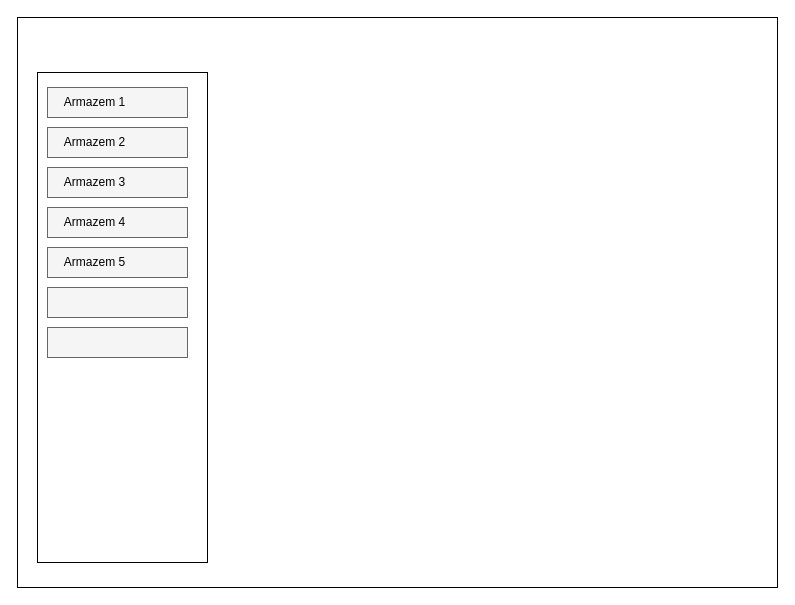
Above: Untitled Diagram.drawio in ertykiko/SADE (draw.io), before the change. Source tidied: cells renumbered, new cells numbered last; positions are measured from the earlier drawing's top-left corner, leaving out a move shared by most shapes. Both pictures are drawn from the tidied source at 100%, with x=0, y=0 at pixel (17, 17).
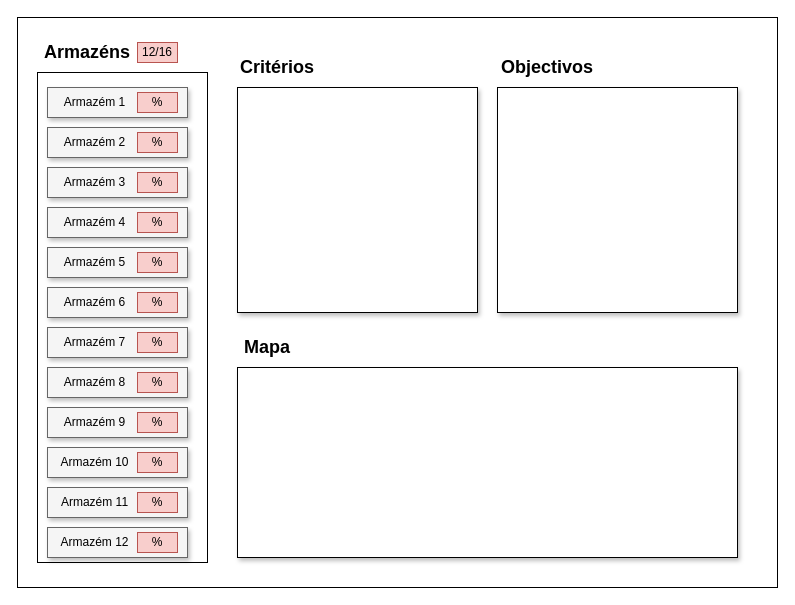
The same page after the edit.

Diff of the diagram source:
```diff
@@
-    <mxCell id="4" style="rounded=0;whiteSpace=wrap;html=1;fillColor=#f5f5f5;strokeColor=#666666;fontColor=#333333;" parent="1" vertex="1">
+    <mxCell id="4" style="rounded=0;whiteSpace=wrap;html=1;fillColor=#f5f5f5;strokeColor=#666666;fontColor=#333333;shadow=1;" parent="1" vertex="1">
       <mxGeometry x="30" y="110" width="140" height="30" as="geometry" />
     </mxCell>
-    <mxCell id="5" style="rounded=0;whiteSpace=wrap;html=1;fillColor=#f5f5f5;strokeColor=#666666;fontColor=#333333;" parent="1" vertex="1">
+    <mxCell id="5" style="rounded=0;whiteSpace=wrap;html=1;fillColor=#f5f5f5;strokeColor=#666666;fontColor=#333333;shadow=1;" parent="1" vertex="1">
       <mxGeometry x="30" y="150" width="140" height="30" as="geometry" />
     </mxCell>
-    <mxCell id="6" style="rounded=0;whiteSpace=wrap;html=1;fillColor=#f5f5f5;strokeColor=#666666;fontColor=#333333;" parent="1" vertex="1">
+    <mxCell id="6" style="rounded=0;whiteSpace=wrap;html=1;fillColor=#f5f5f5;strokeColor=#666666;fontColor=#333333;shadow=1;" parent="1" vertex="1">
       <mxGeometry x="30" y="190" width="140" height="30" as="geometry" />
     </mxCell>
-    <mxCell id="7" style="rounded=0;whiteSpace=wrap;html=1;fillColor=#f5f5f5;strokeColor=#666666;fontColor=#333333;" parent="1" vertex="1">
+    <mxCell id="7" style="rounded=0;whiteSpace=wrap;html=1;fillColor=#f5f5f5;strokeColor=#666666;fontColor=#333333;shadow=1;" parent="1" vertex="1">
       <mxGeometry x="30" y="230" width="140" height="30" as="geometry" />
     </mxCell>
-    <mxCell id="8" style="rounded=0;whiteSpace=wrap;html=1;fillColor=#f5f5f5;strokeColor=#666666;fontColor=#333333;" parent="1" vertex="1">
+    <mxCell id="8" style="rounded=0;whiteSpace=wrap;html=1;fillColor=#f5f5f5;strokeColor=#666666;fontColor=#333333;shadow=1;" parent="1" vertex="1">
       <mxGeometry x="30" y="310" width="140" height="30" as="geometry" />
     </mxCell>
-    <mxCell id="9" style="rounded=0;whiteSpace=wrap;html=1;fillColor=#f5f5f5;strokeColor=#666666;fontColor=#333333;" parent="1" vertex="1">
+    <mxCell id="9" style="rounded=0;whiteSpace=wrap;html=1;fillColor=#f5f5f5;strokeColor=#666666;fontColor=#333333;shadow=1;" parent="1" vertex="1">
       <mxGeometry x="30" y="270" width="140" height="30" as="geometry" />
     </mxCell>
-    <mxCell id="10" style="rounded=0;whiteSpace=wrap;html=1;fillColor=#f5f5f5;strokeColor=#666666;fontColor=#333333;" parent="1" vertex="1">
+    <mxCell id="10" style="rounded=0;whiteSpace=wrap;html=1;fillColor=#f5f5f5;strokeColor=#666666;fontColor=#333333;shadow=1;" parent="1" vertex="1">
       <mxGeometry x="30" y="70" width="140" height="30" as="geometry" />
     </mxCell>
-    <mxCell id="11" value="Armazem 1 " style="text;html=1;strokeColor=none;fillColor=none;align=center;verticalAlign=middle;whiteSpace=wrap;rounded=0;" parent="1" vertex="1">
+    <mxCell id="11" value="Armazém 1 " style="text;html=1;strokeColor=none;fillColor=none;align=center;verticalAlign=middle;whiteSpace=wrap;rounded=0;" parent="1" vertex="1">
       <mxGeometry x="40" y="75" width="75" height="20" as="geometry" />
     </mxCell>
-    <mxCell id="12" value="&lt;div&gt;Armazem 2&lt;/div&gt;" style="text;html=1;strokeColor=none;fillColor=none;align=center;verticalAlign=middle;whiteSpace=wrap;rounded=0;" parent="1" vertex="1">
+    <mxCell id="12" value="&lt;div&gt;Armazém 2&lt;/div&gt;" style="text;html=1;strokeColor=none;fillColor=none;align=center;verticalAlign=middle;whiteSpace=wrap;rounded=0;" parent="1" vertex="1">
       <mxGeometry x="40" y="110" width="75" height="30" as="geometry" />
     </mxCell>
-    <mxCell id="13" value="&lt;div&gt;Armazem 3&lt;br&gt;&lt;/div&gt;" style="text;html=1;strokeColor=none;fillColor=none;align=center;verticalAlign=middle;whiteSpace=wrap;rounded=0;" parent="1" vertex="1">
+    <mxCell id="13" value="&lt;div&gt;Armazém 3&lt;br&gt;&lt;/div&gt;" style="text;html=1;strokeColor=none;fillColor=none;align=center;verticalAlign=middle;whiteSpace=wrap;rounded=0;" parent="1" vertex="1">
       <mxGeometry x="40" y="155" width="75" height="20" as="geometry" />
     </mxCell>
-    <mxCell id="14" value="&lt;div&gt;Armazem 4&lt;br&gt;&lt;/div&gt;" style="text;html=1;strokeColor=none;fillColor=none;align=center;verticalAlign=middle;whiteSpace=wrap;rounded=0;" parent="1" vertex="1">
+    <mxCell id="14" value="&lt;div&gt;Armazém 4&lt;br&gt;&lt;/div&gt;" style="text;html=1;strokeColor=none;fillColor=none;align=center;verticalAlign=middle;whiteSpace=wrap;rounded=0;" parent="1" vertex="1">
       <mxGeometry x="40" y="195" width="75" height="20" as="geometry" />
     </mxCell>
-    <mxCell id="15" value="&lt;div&gt;Armazem 5&lt;/div&gt;" style="text;html=1;strokeColor=none;fillColor=none;align=center;verticalAlign=middle;whiteSpace=wrap;rounded=0;" parent="1" vertex="1">
+    <mxCell id="15" value="&lt;div&gt;Armazém 5&lt;/div&gt;" style="text;html=1;strokeColor=none;fillColor=none;align=center;verticalAlign=middle;whiteSpace=wrap;rounded=0;" parent="1" vertex="1">
       <mxGeometry x="40" y="235" width="75" height="20" as="geometry" />
     </mxCell>
+    <mxCell id="16" value="&lt;div&gt;Armazém 7&lt;br&gt;&lt;/div&gt;" style="text;html=1;strokeColor=none;fillColor=none;align=center;verticalAlign=middle;whiteSpace=wrap;rounded=0;" parent="1" vertex="1">
+      <mxGeometry x="40" y="315" width="75" height="20" as="geometry" />
+    </mxCell>
+    <mxCell id="17" value="&lt;div&gt;Armazém 6&lt;/div&gt;" style="text;html=1;strokeColor=none;fillColor=none;align=center;verticalAlign=middle;whiteSpace=wrap;rounded=0;" parent="1" vertex="1">
+      <mxGeometry x="40" y="275" width="75" height="20" as="geometry" />
+    </mxCell>
+    <mxCell id="18" value="&lt;div align=&quot;left&quot;&gt;&lt;br&gt;&lt;/div&gt;" style="rounded=0;whiteSpace=wrap;html=1;fillColor=#f5f5f5;strokeColor=#666666;fontColor=#333333;shadow=1;" parent="1" vertex="1">
+      <mxGeometry x="30" y="350" width="140" height="30" as="geometry" />
+    </mxCell>
+    <mxCell id="19" style="rounded=0;whiteSpace=wrap;html=1;fillColor=#f5f5f5;strokeColor=#666666;fontColor=#333333;shadow=1;" parent="1" vertex="1">
+      <mxGeometry x="30" y="390" width="140" height="30" as="geometry" />
+    </mxCell>
+    <mxCell id="20" style="rounded=0;whiteSpace=wrap;html=1;fillColor=#f5f5f5;strokeColor=#666666;fontColor=#333333;shadow=1;" parent="1" vertex="1">
+      <mxGeometry x="30" y="430" width="140" height="30" as="geometry" />
+    </mxCell>
+    <mxCell id="21" style="rounded=0;whiteSpace=wrap;html=1;fillColor=#f5f5f5;strokeColor=#666666;fontColor=#333333;shadow=1;" parent="1" vertex="1">
+      <mxGeometry x="30" y="470" width="140" height="30" as="geometry" />
+    </mxCell>
+    <mxCell id="22" value="&lt;div&gt;Armazém 9&lt;br&gt;&lt;/div&gt;" style="text;html=1;strokeColor=none;fillColor=none;align=center;verticalAlign=middle;whiteSpace=wrap;rounded=0;" parent="1" vertex="1">
+      <mxGeometry x="40" y="395" width="75" height="20" as="geometry" />
+    </mxCell>
+    <mxCell id="23" value="&lt;div&gt;Armazém 8&lt;br&gt;&lt;/div&gt;" style="text;html=1;strokeColor=none;fillColor=none;align=center;verticalAlign=middle;whiteSpace=wrap;rounded=0;" parent="1" vertex="1">
+      <mxGeometry x="40" y="355" width="75" height="20" as="geometry" />
+    </mxCell>
+    <mxCell id="24" value="&lt;div&gt;Armazém 10&lt;br&gt;&lt;/div&gt;" style="text;html=1;strokeColor=none;fillColor=none;align=center;verticalAlign=middle;whiteSpace=wrap;rounded=0;" parent="1" vertex="1">
+      <mxGeometry x="40" y="435" width="75" height="20" as="geometry" />
+    </mxCell>
+    <mxCell id="25" value="&lt;div&gt;Armazém 11&lt;br&gt;&lt;/div&gt;" style="text;html=1;strokeColor=none;fillColor=none;align=center;verticalAlign=middle;whiteSpace=wrap;rounded=0;" parent="1" vertex="1">
+      <mxGeometry x="40" y="475" width="75" height="20" as="geometry" />
+    </mxCell>
+    <mxCell id="26" value="%" style="text;html=1;strokeColor=#b85450;fillColor=#f8cecc;align=center;verticalAlign=middle;whiteSpace=wrap;rounded=0;" parent="1" vertex="1">
+      <mxGeometry x="120" y="75" width="40" height="20" as="geometry" />
+    </mxCell>
+    <mxCell id="27" value="%" style="text;html=1;strokeColor=#b85450;fillColor=#f8cecc;align=center;verticalAlign=middle;whiteSpace=wrap;rounded=0;" parent="1" vertex="1">
+      <mxGeometry x="120" y="115" width="40" height="20" as="geometry" />
+    </mxCell>
+    <mxCell id="28" value="%" style="text;html=1;strokeColor=#b85450;fillColor=#f8cecc;align=center;verticalAlign=middle;whiteSpace=wrap;rounded=0;" parent="1" vertex="1">
+      <mxGeometry x="120" y="155" width="40" height="20" as="geometry" />
+    </mxCell>
+    <mxCell id="29" value="%" style="text;html=1;strokeColor=#b85450;fillColor=#f8cecc;align=center;verticalAlign=middle;whiteSpace=wrap;rounded=0;" parent="1" vertex="1">
+      <mxGeometry x="120" y="195" width="40" height="20" as="geometry" />
+    </mxCell>
+    <mxCell id="30" value="%" style="text;html=1;strokeColor=#b85450;fillColor=#f8cecc;align=center;verticalAlign=middle;whiteSpace=wrap;rounded=0;" parent="1" vertex="1">
+      <mxGeometry x="120" y="235" width="40" height="20" as="geometry" />
+    </mxCell>
+    <mxCell id="31" value="%" style="text;html=1;strokeColor=#b85450;fillColor=#f8cecc;align=center;verticalAlign=middle;whiteSpace=wrap;rounded=0;" parent="1" vertex="1">
+      <mxGeometry x="120" y="275" width="40" height="20" as="geometry" />
+    </mxCell>
+    <mxCell id="32" value="%" style="text;html=1;strokeColor=#b85450;fillColor=#f8cecc;align=center;verticalAlign=middle;whiteSpace=wrap;rounded=0;" parent="1" vertex="1">
+      <mxGeometry x="120" y="315" width="40" height="20" as="geometry" />
+    </mxCell>
+    <mxCell id="33" value="%" style="text;html=1;strokeColor=#b85450;fillColor=#f8cecc;align=center;verticalAlign=middle;whiteSpace=wrap;rounded=0;" parent="1" vertex="1">
+      <mxGeometry x="120" y="355" width="40" height="20" as="geometry" />
+    </mxCell>
+    <mxCell id="34" value="%" style="text;html=1;strokeColor=#b85450;fillColor=#f8cecc;align=center;verticalAlign=middle;whiteSpace=wrap;rounded=0;" parent="1" vertex="1">
+      <mxGeometry x="120" y="395" width="40" height="20" as="geometry" />
+    </mxCell>
+    <mxCell id="35" value="%" style="text;html=1;strokeColor=#b85450;fillColor=#f8cecc;align=center;verticalAlign=middle;whiteSpace=wrap;rounded=0;" parent="1" vertex="1">
+      <mxGeometry x="120" y="475" width="40" height="20" as="geometry" />
+    </mxCell>
+    <mxCell id="36" value="%" style="text;html=1;strokeColor=#b85450;fillColor=#f8cecc;align=center;verticalAlign=middle;whiteSpace=wrap;rounded=0;" parent="1" vertex="1">
+      <mxGeometry x="120" y="435" width="40" height="20" as="geometry" />
+    </mxCell>
+    <mxCell id="37" style="rounded=0;whiteSpace=wrap;html=1;fillColor=#f5f5f5;strokeColor=#666666;fontColor=#333333;shadow=1;" parent="1" vertex="1">
+      <mxGeometry x="30" y="510" width="140" height="30" as="geometry" />
+    </mxCell>
+    <mxCell id="38" value="&lt;div&gt;Armazém 12&lt;br&gt;&lt;/div&gt;" style="text;html=1;strokeColor=none;fillColor=none;align=center;verticalAlign=middle;whiteSpace=wrap;rounded=0;" parent="1" vertex="1">
+      <mxGeometry x="40" y="515" width="75" height="20" as="geometry" />
+    </mxCell>
+    <mxCell id="39" value="%" style="text;html=1;strokeColor=#b85450;fillColor=#f8cecc;align=center;verticalAlign=middle;whiteSpace=wrap;rounded=0;" parent="1" vertex="1">
+      <mxGeometry x="120" y="515" width="40" height="20" as="geometry" />
+    </mxCell>
+    <mxCell id="40" value="&lt;b&gt;&lt;font style=&quot;font-size: 18px&quot;&gt;Armazéns &lt;/font&gt;&lt;/b&gt;" style="text;html=1;strokeColor=none;fillColor=none;align=center;verticalAlign=middle;whiteSpace=wrap;rounded=0;" parent="1" vertex="1">
+      <mxGeometry x="30" y="15" width="80" height="40" as="geometry" />
+    </mxCell>
+    <mxCell id="41" value="12/16" style="text;html=1;strokeColor=#b85450;fillColor=#f8cecc;align=center;verticalAlign=middle;whiteSpace=wrap;rounded=0;" parent="1" vertex="1">
+      <mxGeometry x="120" y="25" width="40" height="20" as="geometry" />
+    </mxCell>
+    <mxCell id="42" style="rounded=0;whiteSpace=wrap;html=1;shadow=1;" parent="1" vertex="1">
+      <mxGeometry x="220" y="70" width="240" height="225" as="geometry" />
+    </mxCell>
+    <mxCell id="43" style="rounded=0;whiteSpace=wrap;html=1;shadow=1;" parent="1" vertex="1">
+      <mxGeometry x="480" y="70" width="240" height="225" as="geometry" />
+    </mxCell>
+    <mxCell id="44" value="&lt;font style=&quot;font-size: 18px&quot;&gt;&lt;b&gt;Critérios&lt;/b&gt;&lt;/font&gt;" style="text;html=1;strokeColor=none;fillColor=none;align=center;verticalAlign=middle;whiteSpace=wrap;rounded=0;shadow=1;" parent="1" vertex="1">
+      <mxGeometry x="240" y="40" width="40" height="20" as="geometry" />
+    </mxCell>
+    <mxCell id="45" value="&lt;b&gt;&lt;font style=&quot;font-size: 18px&quot;&gt;Objectivos&lt;/font&gt;&lt;/b&gt;" style="text;html=1;strokeColor=none;fillColor=none;align=center;verticalAlign=middle;whiteSpace=wrap;rounded=0;shadow=1;" parent="1" vertex="1">
+      <mxGeometry x="510" y="40" width="40" height="20" as="geometry" />
+    </mxCell>
+    <mxCell id="46" style="rounded=0;whiteSpace=wrap;html=1;shadow=1;" parent="1" vertex="1">
+      <mxGeometry x="220" y="350" width="500" height="190" as="geometry" />
+    </mxCell>
+    <mxCell id="47" value="&lt;b&gt;&lt;font style=&quot;font-size: 18px&quot;&gt;Mapa&lt;/font&gt;&lt;/b&gt;" style="text;html=1;strokeColor=none;fillColor=none;align=center;verticalAlign=middle;whiteSpace=wrap;rounded=0;shadow=1;" parent="1" vertex="1">
+      <mxGeometry x="230" y="320" width="40" height="20" as="geometry" />
+    </mxCell>
```
